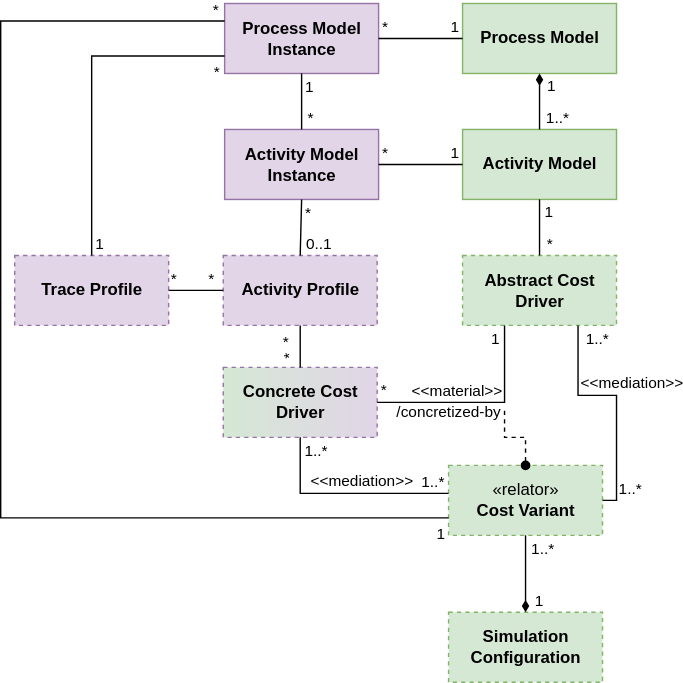
Earlier version of the draw.io export metamodel.svg (fyndalf/master-thesis). Source tidied: cells renumbered, new cells last; positions are measured from the earlier drawing's top-left corner, leaving out a move shared by most shapes.
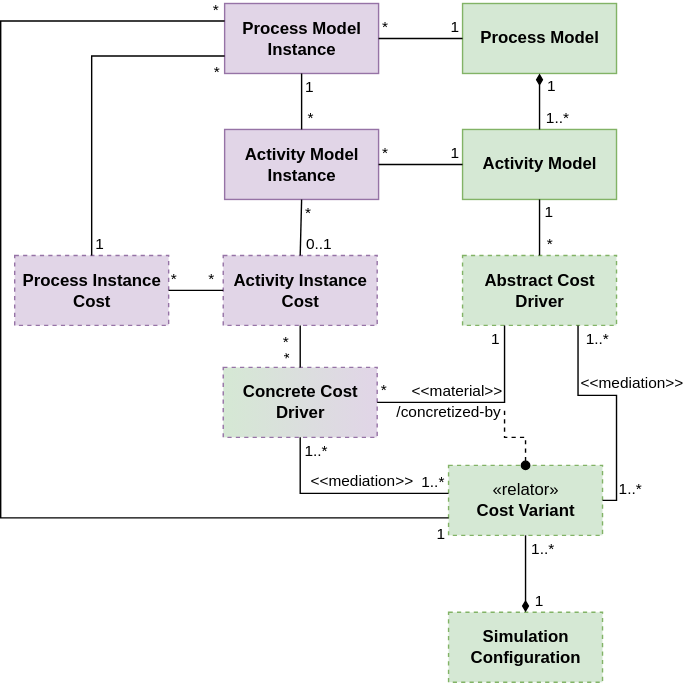
The same file after the commit.

The edit, as a diff of the source:
```diff
@@ -17,7 +17,7 @@
     <mxCell id="6" value="Abstract Cost&lt;br&gt;Driver" style="html=1;fontStyle=1;fillColor=#d5e8d4;strokeColor=#82b366;dashed=1;" parent="1" vertex="1">
       <mxGeometry x="330" y="180" width="110" height="50" as="geometry" />
     </mxCell>
-    <mxCell id="7" value="Activity Profile" style="html=1;fontStyle=1;fillColor=#e1d5e7;strokeColor=#9673a6;dashed=1;" parent="1" vertex="1">
+    <mxCell id="7" value="Activity Instance&lt;br&gt;Cost" style="html=1;fontStyle=1;fillColor=#e1d5e7;strokeColor=#9673a6;dashed=1;" parent="1" vertex="1">
       <mxGeometry x="159" y="180" width="110" height="50" as="geometry" />
     </mxCell>
     <mxCell id="8" value="&lt;span style=&quot;font-weight: normal&quot;&gt;«relator»&lt;/span&gt;&lt;span&gt;&lt;br&gt;Cost Variant&lt;/span&gt;&lt;br&gt;&lt;span&gt;&lt;/span&gt;" style="html=1;fontStyle=1;fillColor=#d5e8d4;strokeColor=#82b366;dashed=1;" parent="1" vertex="1">
@@ -29,7 +29,7 @@
     <mxCell id="10" value="Simulation&lt;br&gt;Configuration" style="html=1;fontStyle=1;fillColor=#d5e8d4;strokeColor=#82b366;dashed=1;" parent="1" vertex="1">
       <mxGeometry x="320" y="435" width="110" height="50" as="geometry" />
     </mxCell>
-    <mxCell id="11" value="Trace Profile" style="html=1;fontStyle=1;fillColor=#e1d5e7;strokeColor=#9673a6;dashed=1;" parent="1" vertex="1">
+    <mxCell id="11" value="Process Instance&lt;br&gt;Cost" style="html=1;fontStyle=1;fillColor=#e1d5e7;strokeColor=#9673a6;dashed=1;" parent="1" vertex="1">
       <mxGeometry x="10" y="180" width="110" height="50" as="geometry" />
     </mxCell>
     <mxCell id="12" style="endArrow=none;html=1;edgeStyle=orthogonalEdgeStyle;rounded=0;exitX=1;exitY=0.5;exitDx=0;exitDy=0;labelBackgroundColor=none;" parent="1" edge="1" source="9" target="6">
```
